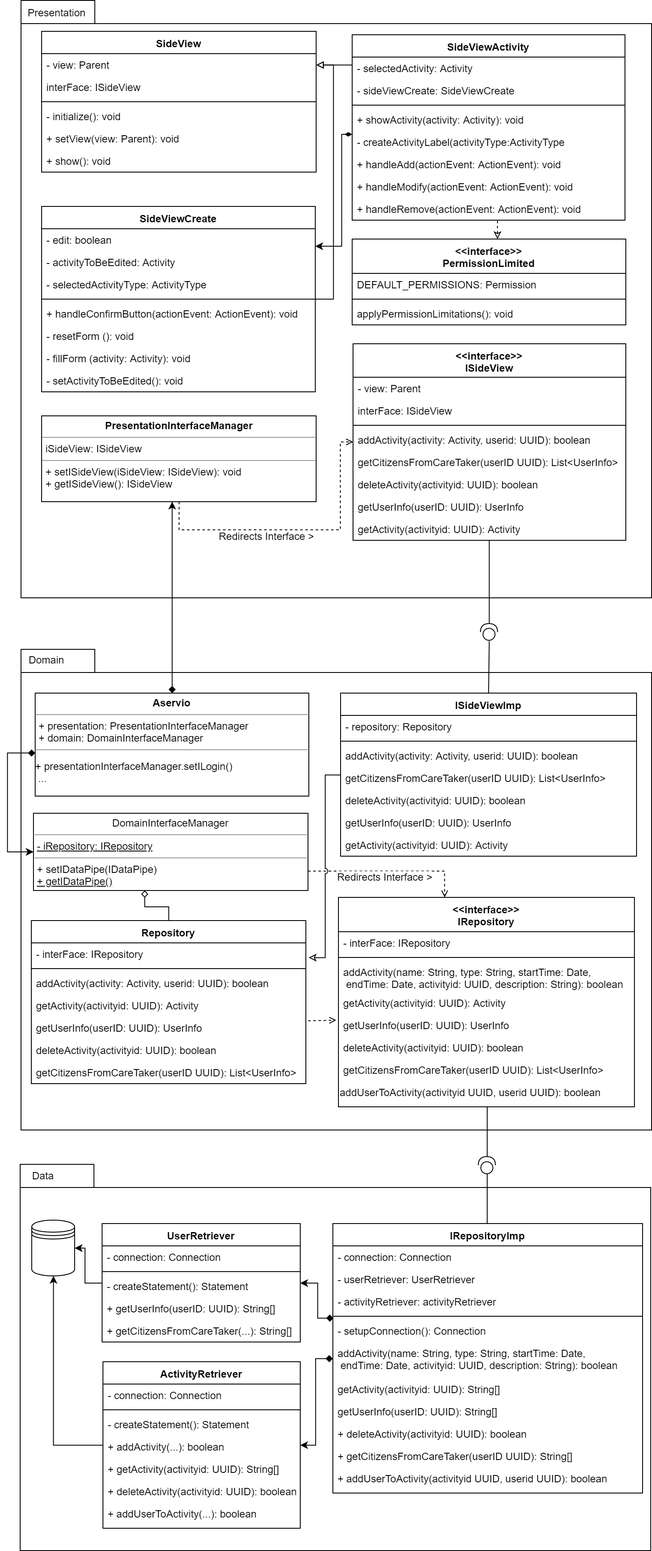
This is docs/diagrams/DesignDiagrammer/Planlægning/RedigerPlanlægning/RedigerPlanlægning.png from SBangslund/SE02_Projekt, a draw.io export, as it was before one commit. Source tidied: cells renumbered, new cells last; positions are measured from the earlier drawing's top-left corner, leaving out a move shared by most shapes.
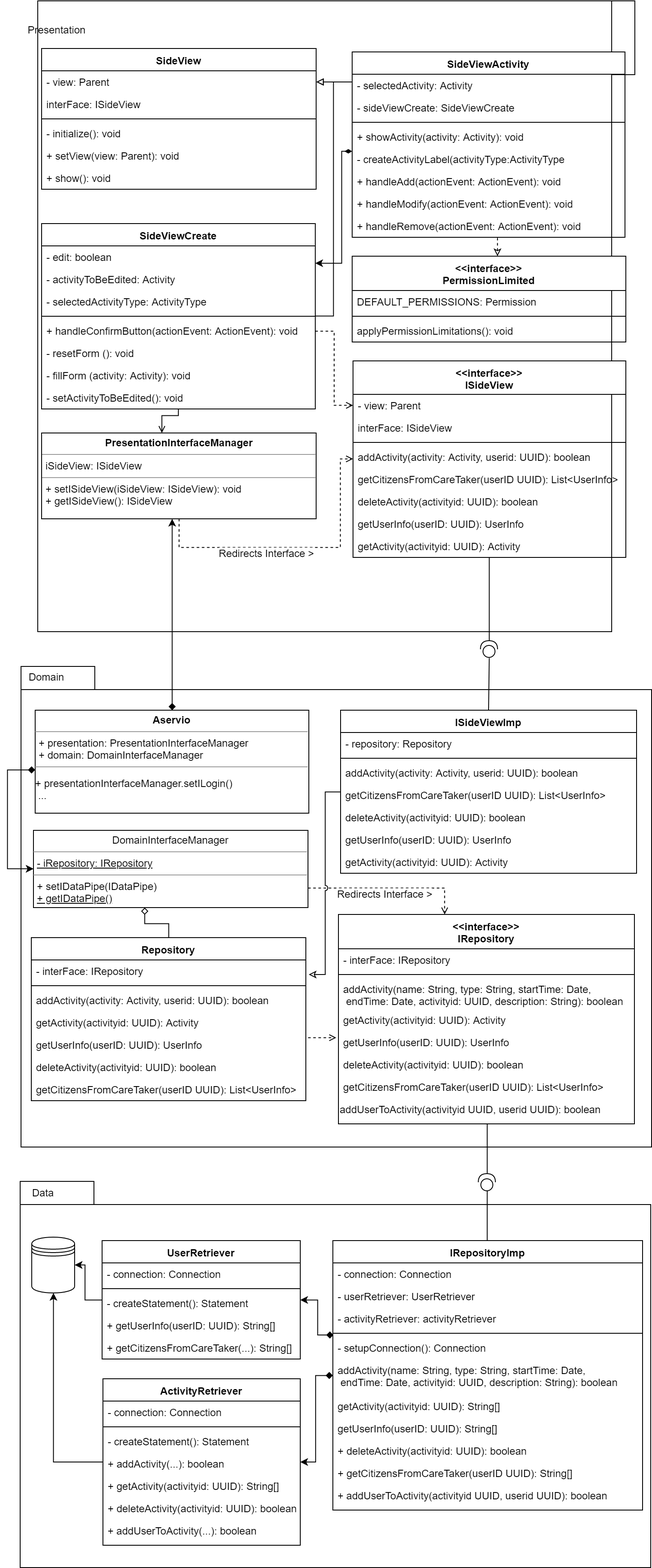
After the commit.

Commit message:
Updated redigerplanlægning design diagram

Diff of the diagram source:
```diff
@@ -8,8 +8,8 @@
     <mxCell id="3" style="shape=folder;fontStyle=1;spacingTop=10;tabWidth=86;tabHeight=27;tabPosition=left;html=1;" parent="1" vertex="1">
       <mxGeometry x="16" y="756" width="735" height="560" as="geometry" />
     </mxCell>
-    <mxCell id="4" style="shape=folder;fontStyle=1;spacingTop=10;tabWidth=86;tabHeight=27;tabPosition=left;html=1;" parent="1" vertex="1">
-      <mxGeometry x="16" width="735" height="696" as="geometry" />
+    <mxCell id="4" style="shape=folder;fontStyle=1;spacingTop=10;tabWidth=86;tabHeight=27;tabPosition=left;html=1;direction=south;" parent="1" vertex="1">
+      <mxGeometry x="35.5" y="-19.5" width="696" height="735" as="geometry" />
     </mxCell>
     <mxCell id="5" value="Domain" style="text;html=1;strokeColor=none;fillColor=none;align=center;verticalAlign=middle;whiteSpace=wrap;rounded=0;" parent="1" vertex="1">
       <mxGeometry x="25" y="758" width="40" height="20" as="geometry" />
@@ -77,6 +77,14 @@
     <mxCell id="17" value="&lt;p style=&quot;margin: 0px ; margin-top: 4px ; text-align: center&quot;&gt;DomainInterfaceManager&lt;/p&gt;&lt;hr size=&quot;1&quot;&gt;&lt;p style=&quot;margin: 0px ; margin-left: 4px&quot;&gt;&lt;u&gt;- iRepository: IRepository&lt;/u&gt;&lt;/p&gt;&lt;hr size=&quot;1&quot;&gt;&lt;p style=&quot;margin: 0px ; margin-left: 4px&quot;&gt;+ setIDataPipe(IDataPipe)&lt;/p&gt;&lt;p style=&quot;margin: 0px ; margin-left: 4px&quot;&gt;&lt;u&gt;+ getIDataPipe()&lt;/u&gt;&lt;/p&gt;" style="verticalAlign=top;align=left;overflow=fill;fontSize=12;fontFamily=Helvetica;html=1;" parent="1" vertex="1">
       <mxGeometry x="30.5" y="947" width="320" height="90" as="geometry" />
     </mxCell>
+    <mxCell id="124" style="edgeStyle=orthogonalEdgeStyle;rounded=0;jettySize=auto;html=1;entryX=0.5;entryY=1;entryDx=0;entryDy=0;endArrow=none;endFill=0;targetPerimeterSpacing=0;startArrow=open;startFill=0;" parent="1" edge="1" source="18" target="36">
+      <mxGeometry relative="1" as="geometry">
+        <Array as="points">
+          <mxPoint x="180" y="464" />
+          <mxPoint x="200" y="464" />
+        </Array>
+      </mxGeometry>
+    </mxCell>
     <mxCell id="18" value="&lt;p style=&quot;margin: 0px ; margin-top: 4px ; text-align: center&quot;&gt;&lt;b&gt;PresentationInterfaceManager&lt;/b&gt;&lt;/p&gt;&lt;hr size=&quot;1&quot;&gt;&lt;p style=&quot;margin: 0px ; margin-left: 4px&quot;&gt;iSideView: ISideView&lt;/p&gt;&lt;hr size=&quot;1&quot;&gt;&lt;p style=&quot;margin: 0px ; margin-left: 4px&quot;&gt;+ setISideView(iSideView: ISideView): void&lt;/p&gt;&lt;p style=&quot;margin: 0px ; margin-left: 4px&quot;&gt;+ getISideView(): ISideView&amp;nbsp;&lt;/p&gt;&lt;p style=&quot;margin: 0px ; margin-left: 4px&quot;&gt;&lt;br&gt;&lt;/p&gt;" style="verticalAlign=top;align=left;overflow=fill;fontSize=12;fontFamily=Helvetica;html=1;" parent="1" vertex="1">
       <mxGeometry x="40" y="484" width="320" height="100" as="geometry" />
     </mxCell>
@@ -438,5 +446,8 @@
         <mxPoint x="31.5" y="13.5" as="offset" />
       </mxGeometry>
     </mxCell>
+    <mxCell id="125" style="edgeStyle=orthogonalEdgeStyle;rounded=0;jettySize=auto;html=1;dashed=1;endArrow=open;endFill=0;" parent="1" edge="1" source="41" target="60">
+      <mxGeometry relative="1" as="geometry" />
+    </mxCell>
   </root>
 </mxGraphModel>
```
